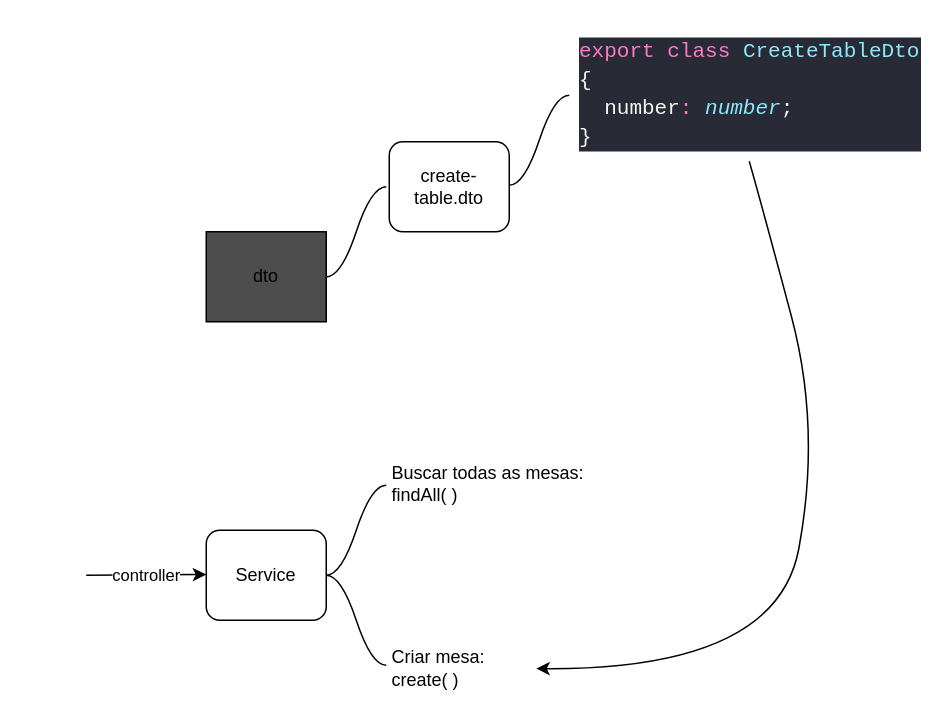
This is page "Dto (data transfer object)" (2 of 5) of table.drawio from SandroXC/pizza-fresh-server, a draw.io file, before an edit. Source tidied: cells renumbered, new cells numbered last; positions are measured from the earlier drawing's top-left corner, leaving out a move shared by most shapes. Both pictures are drawn from the tidied source at 150%, with x=0, y=0 at pixel (86, 26).
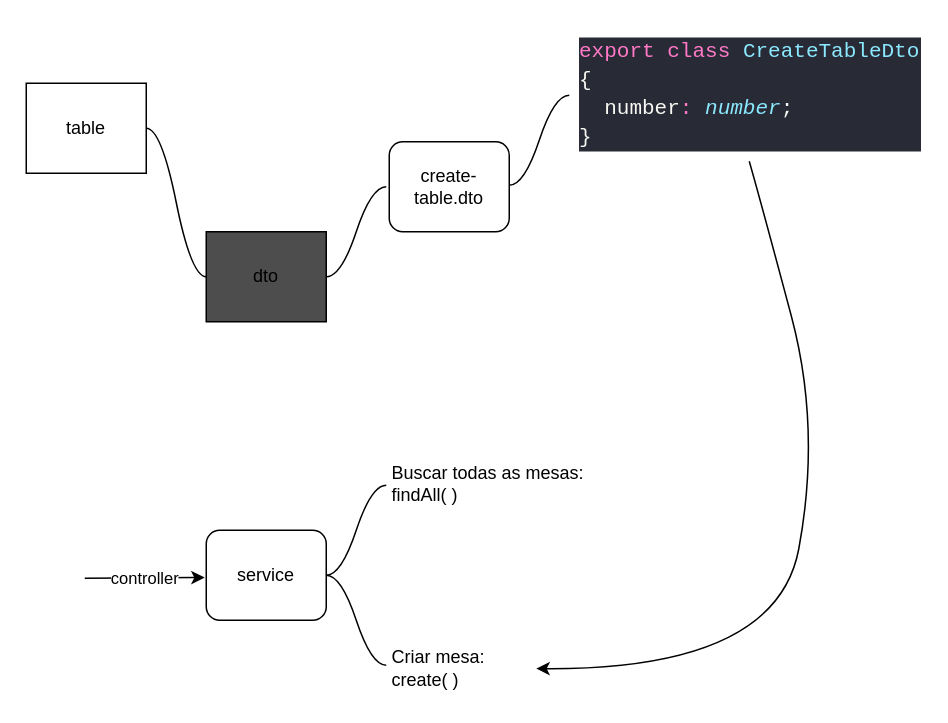
The same diagram, later.

Unchanged cells that the change refers to:
```xml
<mxCell id="7" value="dto" style="rounded=0;whiteSpace=wrap;html=1;fillColor=#4D4D4D;" parent="1" vertex="1">
  <mxGeometry x="80" y="137" width="80" height="60" as="geometry" />
</mxCell>
```

Change to the diagram source:
```diff
@@
-    <mxCell id="5" value="Service" style="rounded=1;whiteSpace=wrap;html=1;" parent="1" vertex="1">
+    <mxCell id="5" value="service" style="rounded=1;whiteSpace=wrap;html=1;" parent="1" vertex="1">
       <mxGeometry x="80" y="336" width="80" height="60" as="geometry" />
     </mxCell>
@@
     <mxCell id="9" style="endArrow=classic;html=1;" parent="1" edge="1">
       <mxGeometry relative="1" as="geometry">
-        <mxPoint y="366" as="sourcePoint" />
-        <mxPoint x="80" y="365.5" as="targetPoint" />
+        <mxPoint x="-1" y="368" as="sourcePoint" />
+        <mxPoint x="79" y="367.5" as="targetPoint" />
       </mxGeometry>
     </mxCell>
@@
+    <mxCell id="15" style="edgeStyle=entityRelationEdgeStyle;startArrow=none;endArrow=none;segment=10;curved=1;sourcePerimeterSpacing=0;targetPerimeterSpacing=0;exitX=1;exitY=0.5;exitDx=0;exitDy=0;entryX=0;entryY=0.5;entryDx=0;entryDy=0;" parent="1" edge="1" source="16" target="7">
+      <mxGeometry relative="1" as="geometry" />
+    </mxCell>
+    <mxCell id="16" value="table" style="rounded=0;whiteSpace=wrap;html=1;" parent="1" vertex="1">
+      <mxGeometry x="-40" y="38" width="80" height="60" as="geometry" />
+    </mxCell>
```
